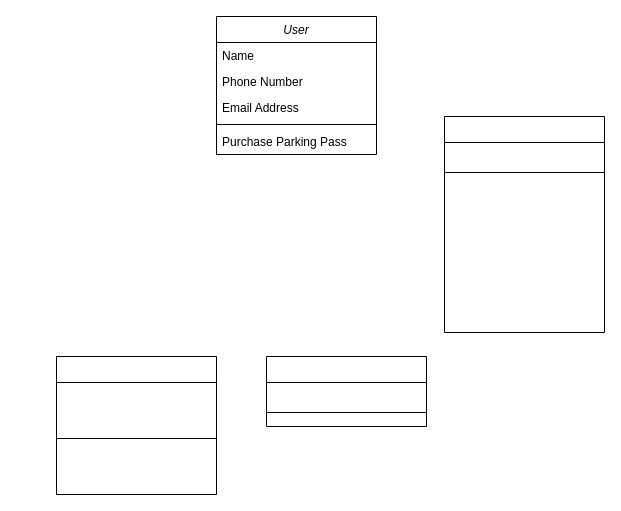
Above: page "Class Diagram" (1 of 2) of docs/diagrams/Class Diagram.drawio in PhungThanhTu/assets-management-system (draw.io), before the change. Source tidied: cells renumbered, new cells numbered last; positions are measured from the earlier drawing's top-left corner, leaving out a move shared by most shapes. Both pictures are drawn from the tidied source at 100%, with x=0, y=0 at pixel (56, 16).
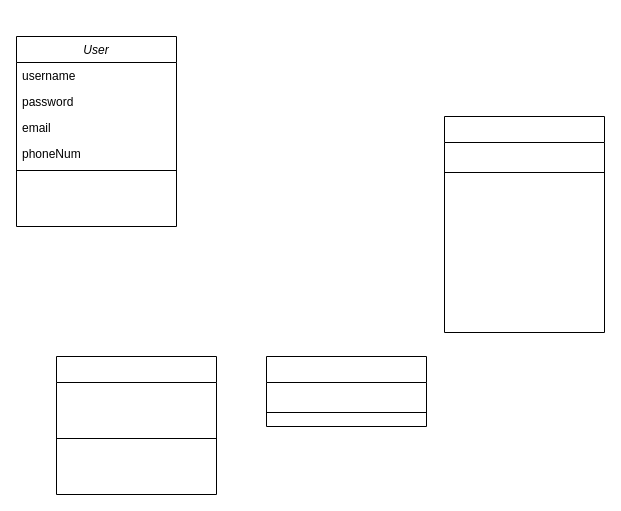
After the change.

The edit, as a diff of the source:
```diff
@@
     <mxCell id="2" value="User" style="swimlane;fontStyle=2;align=center;verticalAlign=top;horizontal=1;startSize=26;rounded=0;shadow=0;strokeWidth=1;" parent="1" vertex="1">
-      <mxGeometry x="160" width="160" height="138" as="geometry" />
+      <mxGeometry x="-40" y="20" width="160" height="190" as="geometry" />
     </mxCell>
-    <mxCell id="3" value="Name" style="text;align=left;verticalAlign=top;spacingLeft=4;spacingRight=4;overflow=hidden;" parent="2" vertex="1">
+    <mxCell id="3" value="username" style="text;align=left;verticalAlign=top;spacingLeft=4;spacingRight=4;overflow=hidden;" parent="2" vertex="1">
       <mxGeometry y="26" width="160" height="26" as="geometry" />
     </mxCell>
-    <mxCell id="4" value="Phone Number" style="text;align=left;verticalAlign=top;spacingLeft=4;spacingRight=4;overflow=hidden;rounded=0;shadow=0;html=0;" parent="2" vertex="1">
+    <mxCell id="4" value="password" style="text;align=left;verticalAlign=top;spacingLeft=4;spacingRight=4;overflow=hidden;rounded=0;shadow=0;html=0;" parent="2" vertex="1">
       <mxGeometry y="52" width="160" height="26" as="geometry" />
     </mxCell>
-    <mxCell id="5" value="Email Address" style="text;align=left;verticalAlign=top;spacingLeft=4;spacingRight=4;overflow=hidden;rounded=0;shadow=0;html=0;" parent="2" vertex="1">
+    <mxCell id="5" value="email" style="text;align=left;verticalAlign=top;spacingLeft=4;spacingRight=4;overflow=hidden;rounded=0;shadow=0;html=0;" parent="2" vertex="1">
       <mxGeometry y="78" width="160" height="26" as="geometry" />
     </mxCell>
+    <mxCell id="21" value="phoneNum" style="text;align=left;verticalAlign=top;spacingLeft=4;spacingRight=4;overflow=hidden;rounded=0;shadow=0;html=0;" parent="2" vertex="1">
+      <mxGeometry y="104" width="160" height="26" as="geometry" />
+    </mxCell>
     <mxCell id="6" style="line;html=1;strokeWidth=1;align=left;verticalAlign=middle;spacingTop=-1;spacingLeft=3;spacingRight=3;labelPosition=right;" parent="2" vertex="1">
-      <mxGeometry y="104" width="160" height="8" as="geometry" />
+      <mxGeometry y="130" width="160" height="8" as="geometry" />
     </mxCell>
-    <mxCell id="7" value="Purchase Parking Pass" style="text;align=left;verticalAlign=top;spacingLeft=4;spacingRight=4;overflow=hidden;" parent="2" vertex="1">
-      <mxGeometry y="112" width="160" height="26" as="geometry" />
+    <mxCell id="7" value=" " style="text;align=left;verticalAlign=top;spacingLeft=4;spacingRight=4;overflow=hidden;" parent="2" vertex="1">
+      <mxGeometry y="138" width="160" height="26" as="geometry" />
     </mxCell>
```
